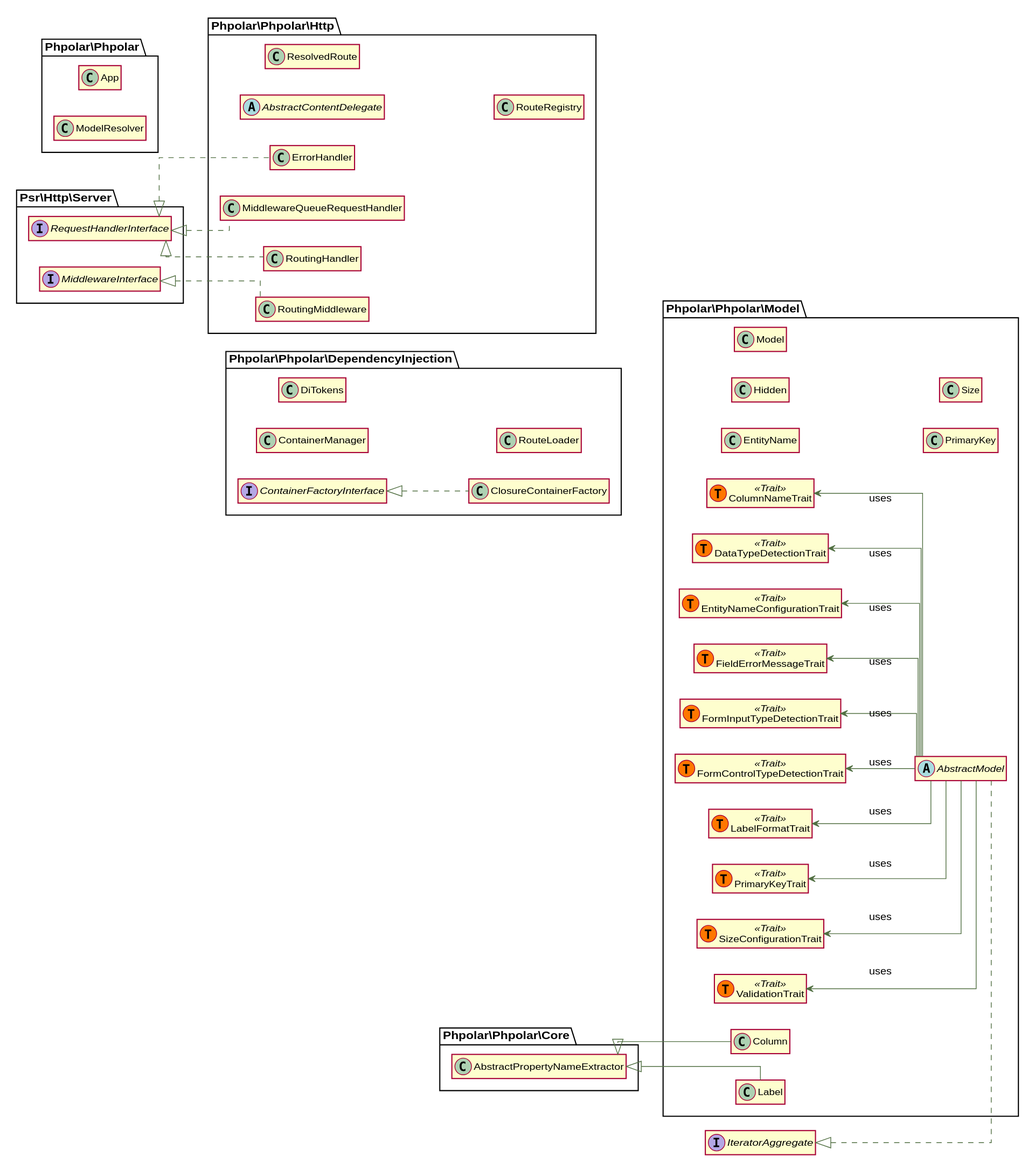
Before: docs/graphs/classes.svg, a diagram exported from PlantUML (phpolar/phpolar).
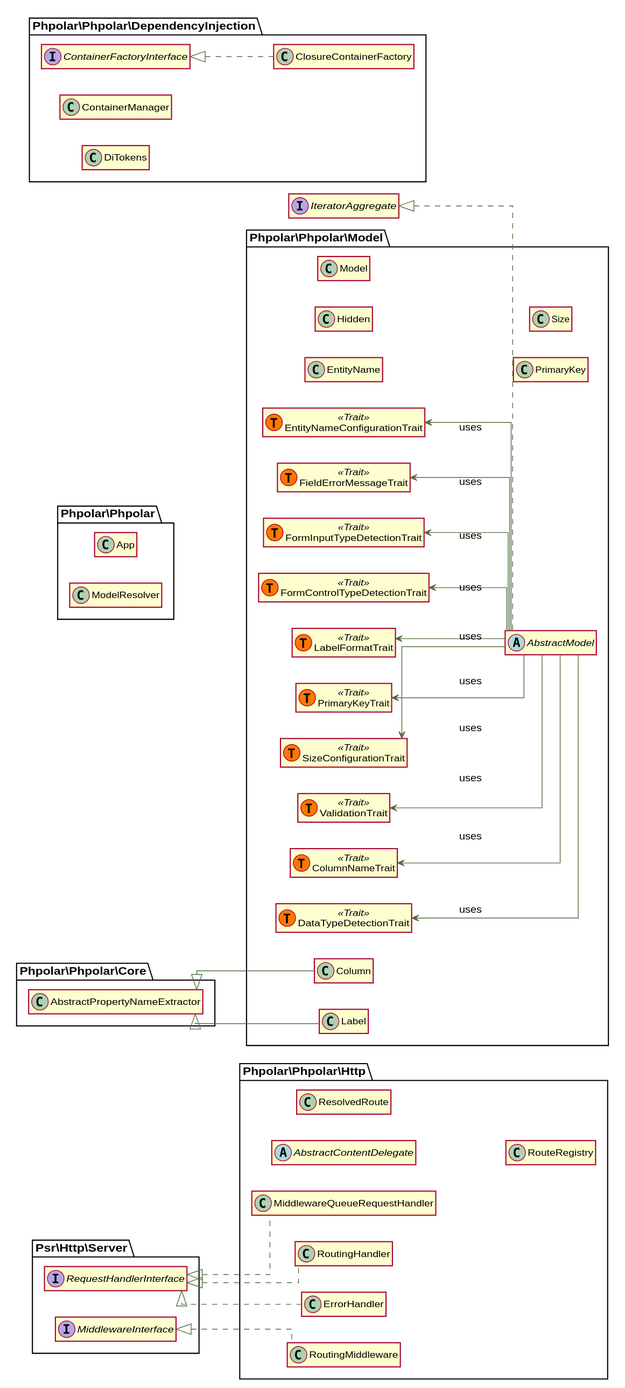
Later version of the same file.

What changed in the source:
```diff
@@ -26,9 +26,6 @@
 }
 
 class \\Phpolar\\Phpolar\\DependencyInjection\\DiTokens {
-}
-
-class \\Phpolar\\Phpolar\\DependencyInjection\\RouteLoader {
 }
 
 interface \\Phpolar\\Phpolar\\DependencyInjection\\ContainerFactoryInterface {
```
